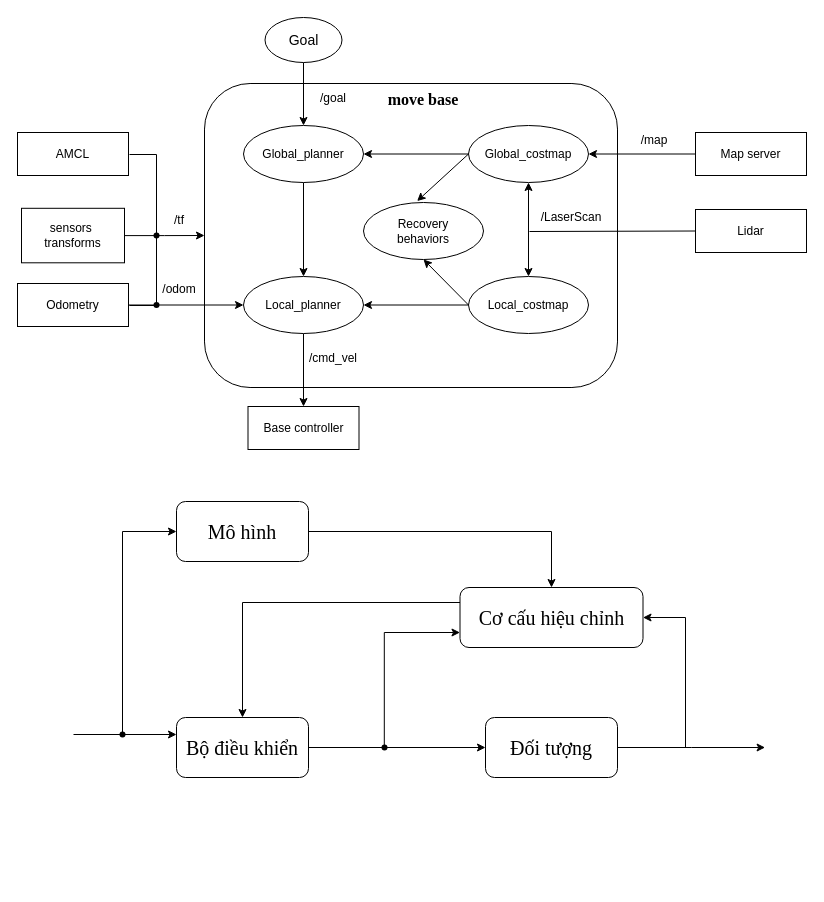
Above: Biểu đồ không có tiêu đề.drawio in hyZme/ForIMU (draw.io), before the change. Source tidied: cells renumbered, new cells numbered last; positions are measured from the earlier drawing's top-left corner, leaving out a move shared by most shapes. Both pictures are drawn from the tidied source at 100%, with x=0, y=0 at pixel (17, 17).
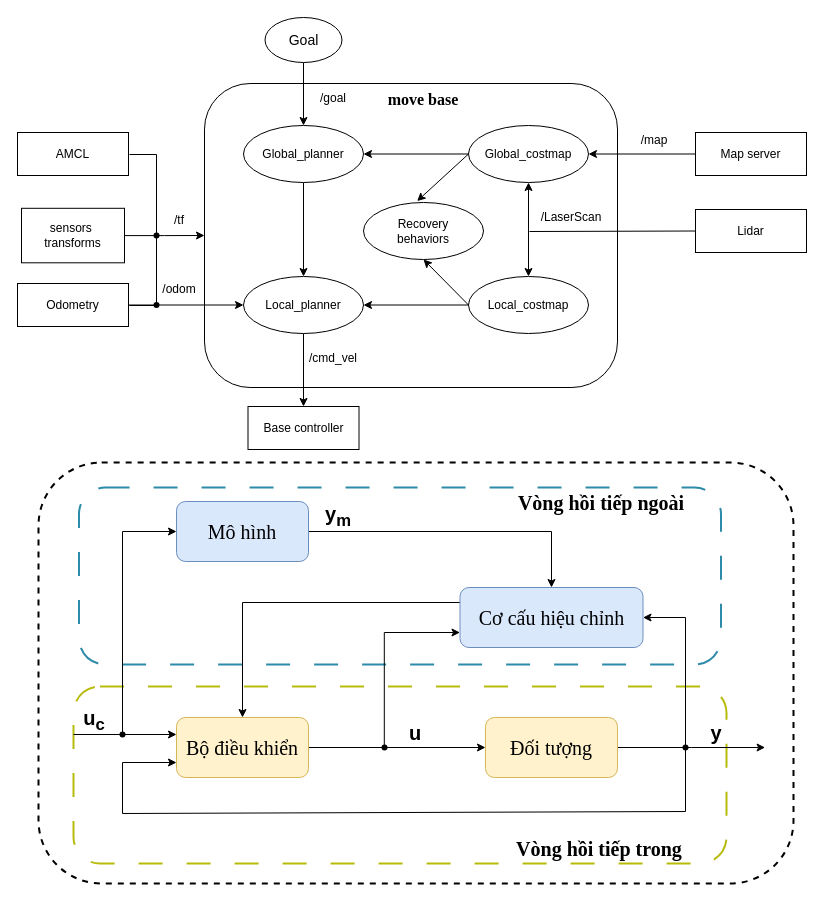
The same page after the edit.

Commit message:
Cập nhật Biểu đồ không có tiêu đề.drawio

The edit, as a diff of the source:
```diff
@@
+    <mxCell id="51" style="rounded=1;whiteSpace=wrap;html=1;dashed=1;strokeWidth=2;" parent="1" vertex="1">
+      <mxGeometry x="21" y="445" width="755" height="421" as="geometry" />
+    </mxCell>
+    <mxCell id="52" style="rounded=1;whiteSpace=wrap;html=1;dashed=1;dashPattern=12 12;strokeColor=#2d8aa9;strokeWidth=2;" parent="1" vertex="1">
+      <mxGeometry x="61.5" y="470" width="642" height="177" as="geometry" />
+    </mxCell>
+    <mxCell id="53" style="rounded=1;whiteSpace=wrap;html=1;dashed=1;dashPattern=12 12;strokeColor=#b8bb0c;strokeWidth=2;" parent="1" vertex="1">
+      <mxGeometry x="56" y="669" width="653" height="177" as="geometry" />
+    </mxCell>
@@
-    <mxCell id="39" value="&lt;font style=&quot;font-size: 20px;&quot; face=&quot;Times New Roman&quot;&gt;Bộ điều khiển&lt;/font&gt;" style="rounded=1;whiteSpace=wrap;html=1;" parent="1" vertex="1">
+    <mxCell id="39" value="&lt;font style=&quot;font-size: 20px;&quot; face=&quot;Times New Roman&quot;&gt;Bộ điều khiển&lt;/font&gt;" style="rounded=1;whiteSpace=wrap;html=1;fillColor=#fff2cc;strokeColor=#d6b656;" parent="1" vertex="1">
       <mxGeometry x="159" y="700" width="132" height="60" as="geometry" />
     </mxCell>
@@
-    <mxCell id="42" value="&lt;font face=&quot;Times New Roman&quot;&gt;&lt;span style=&quot;font-size: 20px;&quot;&gt;Đối tượng&lt;/span&gt;&lt;/font&gt;" style="rounded=1;whiteSpace=wrap;html=1;" parent="1" vertex="1">
+    <mxCell id="42" value="&lt;font face=&quot;Times New Roman&quot;&gt;&lt;span style=&quot;font-size: 20px;&quot;&gt;Đối tượng&lt;/span&gt;&lt;/font&gt;" style="rounded=1;whiteSpace=wrap;html=1;fillColor=#fff2cc;strokeColor=#d6b656;" parent="1" vertex="1">
       <mxGeometry x="468" y="700" width="132" height="60" as="geometry" />
     </mxCell>
@@
-    <mxCell id="44" value="&lt;font face=&quot;Times New Roman&quot;&gt;&lt;span style=&quot;font-size: 20px;&quot;&gt;Cơ cấu hiệu chỉnh&lt;/span&gt;&lt;/font&gt;" style="rounded=1;whiteSpace=wrap;html=1;" parent="1" vertex="1">
+    <mxCell id="44" value="&lt;font face=&quot;Times New Roman&quot;&gt;&lt;span style=&quot;font-size: 20px;&quot;&gt;Cơ cấu hiệu chỉnh&lt;/span&gt;&lt;/font&gt;" style="rounded=1;whiteSpace=wrap;html=1;fillColor=#dae8fc;strokeColor=#6c8ebf;" parent="1" vertex="1">
       <mxGeometry x="442.5" y="570" width="183" height="60" as="geometry" />
     </mxCell>
@@
-    <mxCell id="46" value="&lt;font face=&quot;Times New Roman&quot;&gt;&lt;span style=&quot;font-size: 20px;&quot;&gt;Mô hình&lt;/span&gt;&lt;/font&gt;" style="rounded=1;whiteSpace=wrap;html=1;" parent="1" vertex="1">
+    <mxCell id="46" value="&lt;font face=&quot;Times New Roman&quot;&gt;&lt;span style=&quot;font-size: 20px;&quot;&gt;Mô hình&lt;/span&gt;&lt;/font&gt;" style="rounded=1;whiteSpace=wrap;html=1;fillColor=#dae8fc;strokeColor=#6c8ebf;" parent="1" vertex="1">
       <mxGeometry x="159" y="484" width="132" height="60" as="geometry" />
     </mxCell>
@@
+    <mxCell id="54" style="endArrow=classic;html=1;rounded=0;entryX=0;entryY=0.75;entryDx=0;entryDy=0;" parent="1" edge="1" target="39">
+      <mxGeometry relative="1" as="geometry">
+        <mxPoint x="668" y="729" as="sourcePoint" />
+        <Array as="points">
+          <mxPoint x="668" y="794" />
+          <mxPoint x="105" y="796" />
+          <mxPoint x="105" y="745" />
+        </Array>
+      </mxGeometry>
+    </mxCell>
+    <mxCell id="55" style="shape=waypoint;sketch=0;fillStyle=solid;size=6;fillColor=none;perimeter=centerPerimeter;" parent="1" vertex="1">
+      <mxGeometry x="658" y="720" width="20" height="20" as="geometry" />
+    </mxCell>
+    <mxCell id="56" value="&lt;font style=&quot;font-size: 20px;&quot;&gt;&lt;b&gt;u&lt;/b&gt;&lt;/font&gt;" style="text;html=1;align=center;verticalAlign=middle;whiteSpace=wrap;rounded=0;" parent="1" vertex="1">
+      <mxGeometry x="368" y="700" width="60" height="30" as="geometry" />
+    </mxCell>
+    <mxCell id="57" value="&lt;b style=&quot;font-size: 20px;&quot;&gt;u&lt;sub&gt;c&lt;/sub&gt;&lt;/b&gt;" style="text;html=1;align=center;verticalAlign=middle;whiteSpace=wrap;rounded=0;" parent="1" vertex="1">
+      <mxGeometry x="47" y="688" width="60" height="30" as="geometry" />
+    </mxCell>
+    <mxCell id="58" value="&lt;b style=&quot;font-size: 20px;&quot;&gt;y&lt;sub&gt;m&lt;/sub&gt;&lt;/b&gt;" style="text;html=1;align=center;verticalAlign=middle;whiteSpace=wrap;rounded=0;" parent="1" vertex="1">
+      <mxGeometry x="291" y="484" width="60" height="30" as="geometry" />
+    </mxCell>
+    <mxCell id="59" value="&lt;b&gt;&lt;font style=&quot;font-size: 20px;&quot;&gt;y&lt;/font&gt;&lt;/b&gt;" style="text;html=1;align=center;verticalAlign=middle;whiteSpace=wrap;rounded=0;" parent="1" vertex="1">
+      <mxGeometry x="669" y="700" width="60" height="30" as="geometry" />
+    </mxCell>
+    <mxCell id="60" value="&lt;font style=&quot;font-size: 20px;&quot; face=&quot;Times New Roman&quot;&gt;&lt;b&gt;Vòng hồi tiếp trong&lt;/b&gt;&lt;/font&gt;" style="text;html=1;align=center;verticalAlign=middle;whiteSpace=wrap;rounded=0;" parent="1" vertex="1">
+      <mxGeometry x="497" y="816" width="170" height="30" as="geometry" />
+    </mxCell>
+    <mxCell id="61" value="&lt;font style=&quot;font-size: 20px;&quot; face=&quot;Times New Roman&quot;&gt;&lt;b&gt;Vòng hồi tiếp ngoài&lt;/b&gt;&lt;/font&gt;" style="text;html=1;align=center;verticalAlign=middle;whiteSpace=wrap;rounded=0;" parent="1" vertex="1">
+      <mxGeometry x="499" y="470" width="170" height="30" as="geometry" />
+    </mxCell>
```
